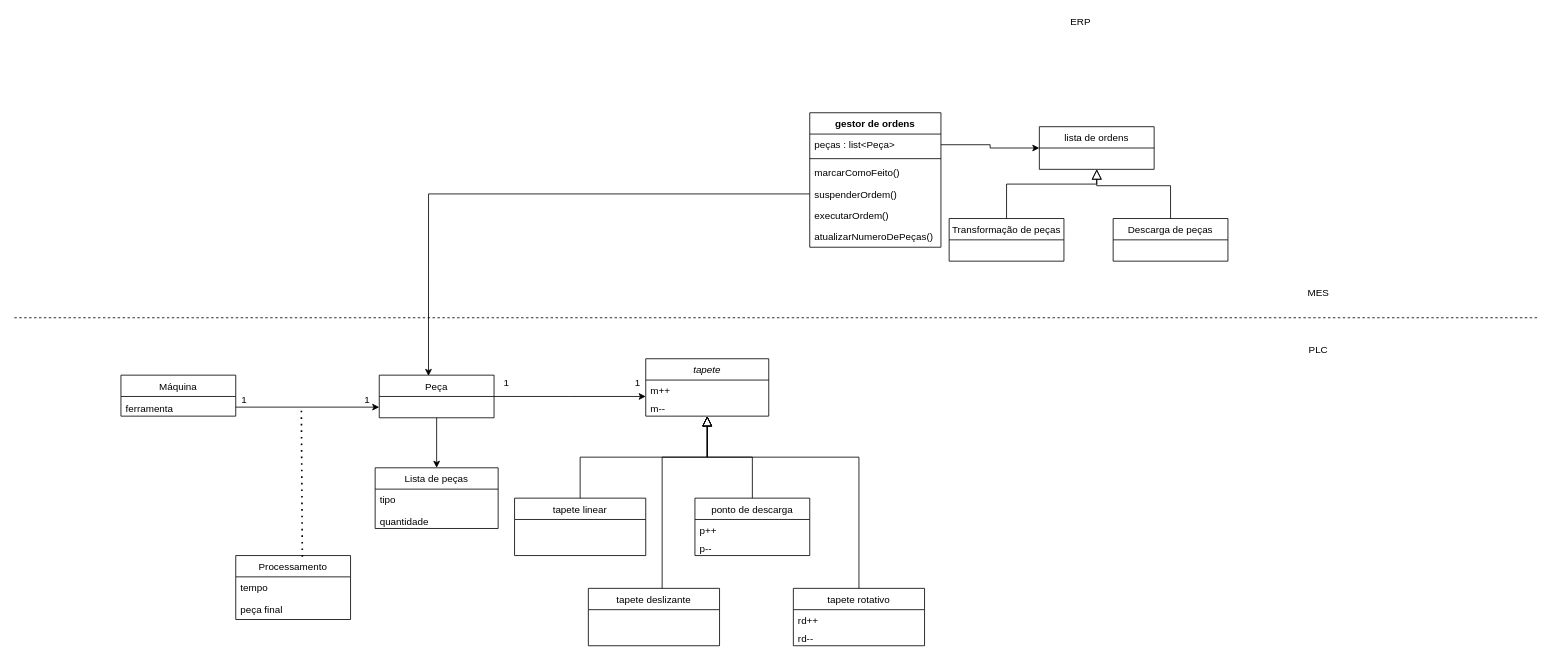
Above: wiki/classDiagram.drawio in tcerqueira/FlexibleLOP (draw.io), before the change. Source tidied: cells renumbered, new cells numbered last; positions are measured from the earlier drawing's top-left corner, leaving out a move shared by most shapes. Both pictures are drawn from the tidied source at 82%, with x=0, y=0 at pixel (14, 14).
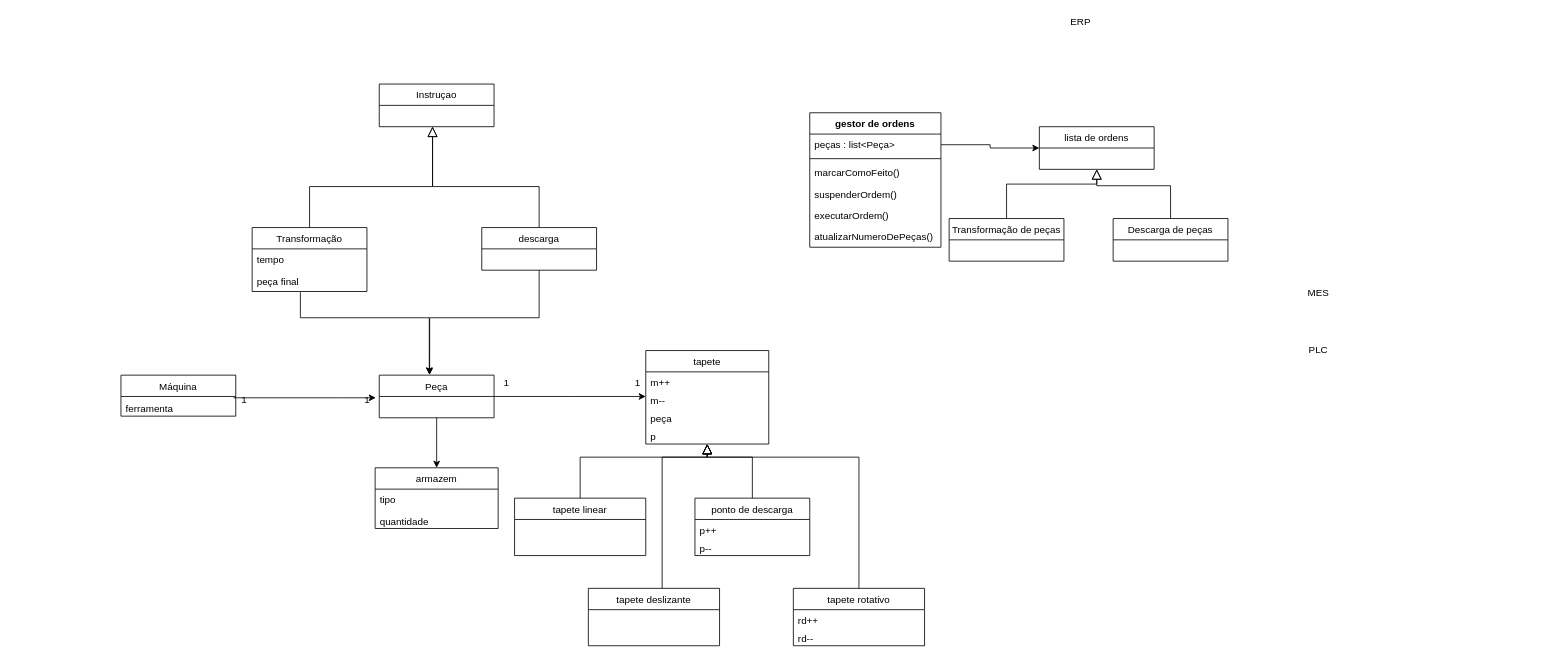
The same page after the edit.

Unchanged cells that the change refers to:
```xml
<mxCell id="5" value="tapete linear" style="swimlane;fontStyle=0;align=center;verticalAlign=top;horizontal=1;startSize=26;rounded=0;shadow=0;strokeWidth=1;" parent="1" vertex="1">
  <mxGeometry x="610" y="590" width="160" height="70" as="geometry" />
</mxCell>
<mxCell id="22" value="Peça" style="swimlane;fontStyle=0;horizontal=1;startSize=26;fillColor=none;" parent="1" vertex="1">
  <mxGeometry x="445" y="440" width="140" height="52" as="geometry" />
</mxCell>
<mxCell id="24" value="ferramenta" style="text;strokeColor=none;fillColor=none;align=left;verticalAlign=top;spacingLeft=4;spacingRight=4;overflow=hidden;points=[[0,0.5],[1,0.5]];portConstraint=eastwest;" parent="1" vertex="1">
  <mxGeometry x="130" y="468" width="140" height="22" as="geometry" />
</mxCell>
<mxCell id="28" value="peça final" style="text;strokeColor=none;fillColor=none;align=left;verticalAlign=top;spacingLeft=4;spacingRight=4;overflow=hidden;points=[[0,0.5],[1,0.5]];portConstraint=eastwest;" parent="26" vertex="1">
  <mxGeometry y="52" width="140" height="26" as="geometry" />
</mxCell>
<mxCell id="35" value="1" style="text;html=1;align=center;verticalAlign=middle;points=[];" parent="1" vertex="1">
  <mxGeometry x="270" y="460" width="20" height="20" as="geometry" />
</mxCell>
<mxCell id="36" value="1" style="text;html=1;align=center;verticalAlign=middle;points=[];" parent="1" vertex="1">
  <mxGeometry x="420" y="460" width="20" height="20" as="geometry" />
</mxCell>
<mxCell id="44" value="suspenderOrdem()" style="text;strokeColor=none;fillColor=none;align=left;verticalAlign=top;spacingLeft=4;spacingRight=4;overflow=hidden;points=[[0,0.5],[1,0.5]];portConstraint=eastwest;" parent="40" vertex="1">
  <mxGeometry y="86" width="160" height="26" as="geometry" />
</mxCell>
```

Diff of the diagram source:
```diff
@@
-    <mxCell id="2" value="tapete" style="swimlane;fontStyle=2;align=center;verticalAlign=top;horizontal=1;startSize=26;rounded=0;shadow=0;strokeWidth=1;" parent="1" vertex="1">
-      <mxGeometry x="770" y="420" width="150" height="70" as="geometry" />
+    <mxCell id="2" value="tapete" style="swimlane;fontStyle=0;align=center;verticalAlign=top;horizontal=1;startSize=26;rounded=0;shadow=0;strokeWidth=1;" parent="1" vertex="1">
+      <mxGeometry x="770" y="410" width="150" height="114" as="geometry" />
     </mxCell>
@@
+    <mxCell id="52" value="peça" style="text;strokeColor=none;fillColor=none;align=left;verticalAlign=top;spacingLeft=4;spacingRight=4;overflow=hidden;" parent="2" vertex="1">
+      <mxGeometry y="70" width="150" height="22" as="geometry" />
+    </mxCell>
+    <mxCell id="53" value="p" style="text;strokeColor=none;fillColor=none;align=left;verticalAlign=top;spacingLeft=4;spacingRight=4;overflow=hidden;" parent="2" vertex="1">
+      <mxGeometry y="92" width="150" height="22" as="geometry" />
+    </mxCell>
@@
     <mxCell id="6" style="endArrow=block;endSize=10;endFill=0;shadow=0;strokeWidth=1;rounded=0;edgeStyle=elbowEdgeStyle;elbow=vertical;exitX=0.5;exitY=0;exitDx=0;exitDy=0;" parent="1" edge="1" source="5" target="2">
-      <mxGeometry relative="1" as="geometry" />
+      <mxGeometry relative="1" as="geometry">
+        <Array as="points">
+          <mxPoint x="845" y="540" />
+        </Array>
+      </mxGeometry>
     </mxCell>
@@
-    <mxCell id="12" value="Lista de peças" style="swimlane;fontStyle=0;horizontal=1;startSize=26;fillColor=none;" parent="1" vertex="1">
+    <mxCell id="12" value="armazem" style="swimlane;fontStyle=0;horizontal=1;startSize=26;fillColor=none;" parent="1" vertex="1">
       <mxGeometry x="440" y="553" width="150" height="74" as="geometry" />
     </mxCell>
@@
-    <mxCell id="23" style="edgeStyle=orthogonalEdgeStyle;rounded=0;jettySize=auto;html=1;exitX=1;exitY=0.5;exitDx=0;exitDy=0;entryX=0;entryY=0.75;entryDx=0;entryDy=0;" parent="1" edge="1" source="24" target="22">
-      <mxGeometry relative="1" as="geometry" />
+    <mxCell id="23" style="edgeStyle=orthogonalEdgeStyle;rounded=0;jettySize=auto;html=1;exitX=-0.14;exitY=0.38;exitDx=0;exitDy=0;entryX=1.04;entryY=0.38;entryDx=0;entryDy=0;exitPerimeter=0;entryPerimeter=0;" parent="1" edge="1" source="35" target="36">
+      <mxGeometry relative="1" as="geometry">
+        <Array as="points">
+          <mxPoint x="400" y="468" />
+          <mxPoint x="400" y="468" />
+        </Array>
+      </mxGeometry>
     </mxCell>
@@
-    <mxCell id="25" style="endArrow=none;dashed=1;html=1;dashPattern=1 3;strokeWidth=2;exitX=0.58;exitY=0.017;exitDx=0;exitDy=0;exitPerimeter=0;" parent="1" edge="1" source="26">
-      <mxGeometry relative="1" as="geometry">
-        <mxPoint x="350" y="480" as="targetPoint" />
-      </mxGeometry>
-    </mxCell>
-    <mxCell id="26" value="Processamento" style="swimlane;fontStyle=0;horizontal=1;startSize=26;fillColor=none;" parent="1" vertex="1">
-      <mxGeometry x="270" y="660" width="140" height="78" as="geometry" />
+    <mxCell id="26" value="Transformação" style="swimlane;fontStyle=0;horizontal=1;startSize=26;fillColor=none;" parent="1" vertex="1">
+      <mxGeometry x="290" y="260" width="140" height="78" as="geometry" />
     </mxCell>
@@
-    <mxCell id="47" style="edgeStyle=orthogonalEdgeStyle;rounded=0;jettySize=auto;html=1;exitX=0;exitY=0.5;exitDx=0;exitDy=0;entryX=0.429;entryY=0.019;entryDx=0;entryDy=0;entryPerimeter=0;" parent="1" edge="1" source="44" target="22">
-      <mxGeometry relative="1" as="geometry" />
-    </mxCell>
-    <mxCell id="48" style="endArrow=none;dashed=1;html=1;" parent="1" edge="1">
-      <mxGeometry relative="1" as="geometry">
-        <mxPoint y="370" as="sourcePoint" />
-        <mxPoint x="1860" y="370" as="targetPoint" />
-      </mxGeometry>
-    </mxCell>
@@
+    <mxCell id="54" value="Instruçao" style="swimlane;fontStyle=0;horizontal=1;startSize=26;fillColor=none;" parent="1" vertex="1">
+      <mxGeometry x="445" y="85" width="140" height="52" as="geometry" />
+    </mxCell>
+    <mxCell id="55" style="edgeStyle=orthogonalEdgeStyle;rounded=0;jettySize=auto;html=1;exitX=0.5;exitY=1;exitDx=0;exitDy=0;entryX=0.439;entryY=-0.008;entryDx=0;entryDy=0;entryPerimeter=0;" parent="1" edge="1" source="56" target="22">
+      <mxGeometry relative="1" as="geometry">
+        <Array as="points">
+          <mxPoint x="640" y="370" />
+          <mxPoint x="507" y="370" />
+        </Array>
+      </mxGeometry>
+    </mxCell>
+    <mxCell id="56" value="descarga" style="swimlane;fontStyle=0;horizontal=1;startSize=26;fillColor=none;" parent="1" vertex="1">
+      <mxGeometry x="570" y="260" width="140" height="52" as="geometry" />
+    </mxCell>
+    <mxCell id="57" style="endArrow=block;endSize=10;endFill=0;shadow=0;strokeWidth=1;rounded=0;edgeStyle=elbowEdgeStyle;elbow=vertical;exitX=0.5;exitY=0;exitDx=0;exitDy=0;" parent="1" edge="1" source="26">
+      <mxGeometry relative="1" as="geometry">
+        <mxPoint x="510" y="137" as="targetPoint" />
+        <Array as="points">
+          <mxPoint x="500" y="210" />
+          <mxPoint x="800" y="550" />
+          <mxPoint x="790" y="550" />
+          <mxPoint x="800" y="610" />
+          <mxPoint x="800" y="670" />
+          <mxPoint x="855" y="640" />
+          <mxPoint x="900" y="570" />
+          <mxPoint x="890" y="590" />
+          <mxPoint x="855" y="650" />
+          <mxPoint x="860" y="580" />
+          <mxPoint x="880" y="570" />
+        </Array>
+      </mxGeometry>
+    </mxCell>
+    <mxCell id="58" style="endArrow=block;endSize=10;endFill=0;shadow=0;strokeWidth=1;rounded=0;edgeStyle=elbowEdgeStyle;elbow=vertical;exitX=0.5;exitY=0;exitDx=0;exitDy=0;" parent="1" edge="1" source="56">
+      <mxGeometry relative="1" as="geometry">
+        <mxPoint x="510" y="137" as="targetPoint" />
+        <Array as="points">
+          <mxPoint x="500" y="210" />
+          <mxPoint x="580" y="210" />
+          <mxPoint x="810" y="560" />
+          <mxPoint x="800" y="560" />
+          <mxPoint x="810" y="620" />
+          <mxPoint x="810" y="680" />
+          <mxPoint x="865" y="650" />
+          <mxPoint x="910" y="580" />
+          <mxPoint x="900" y="600" />
+          <mxPoint x="865" y="660" />
+          <mxPoint x="870" y="590" />
+          <mxPoint x="890" y="580" />
+        </Array>
+      </mxGeometry>
+    </mxCell>
+    <mxCell id="59" style="edgeStyle=orthogonalEdgeStyle;rounded=0;jettySize=auto;html=1;exitX=0.42;exitY=1.031;exitDx=0;exitDy=0;exitPerimeter=0;" parent="1" edge="1" source="28">
+      <mxGeometry relative="1" as="geometry">
+        <mxPoint x="506" y="439" as="targetPoint" />
+        <Array as="points">
+          <mxPoint x="349" y="370" />
+          <mxPoint x="506" y="370" />
+        </Array>
+      </mxGeometry>
+    </mxCell>
```
